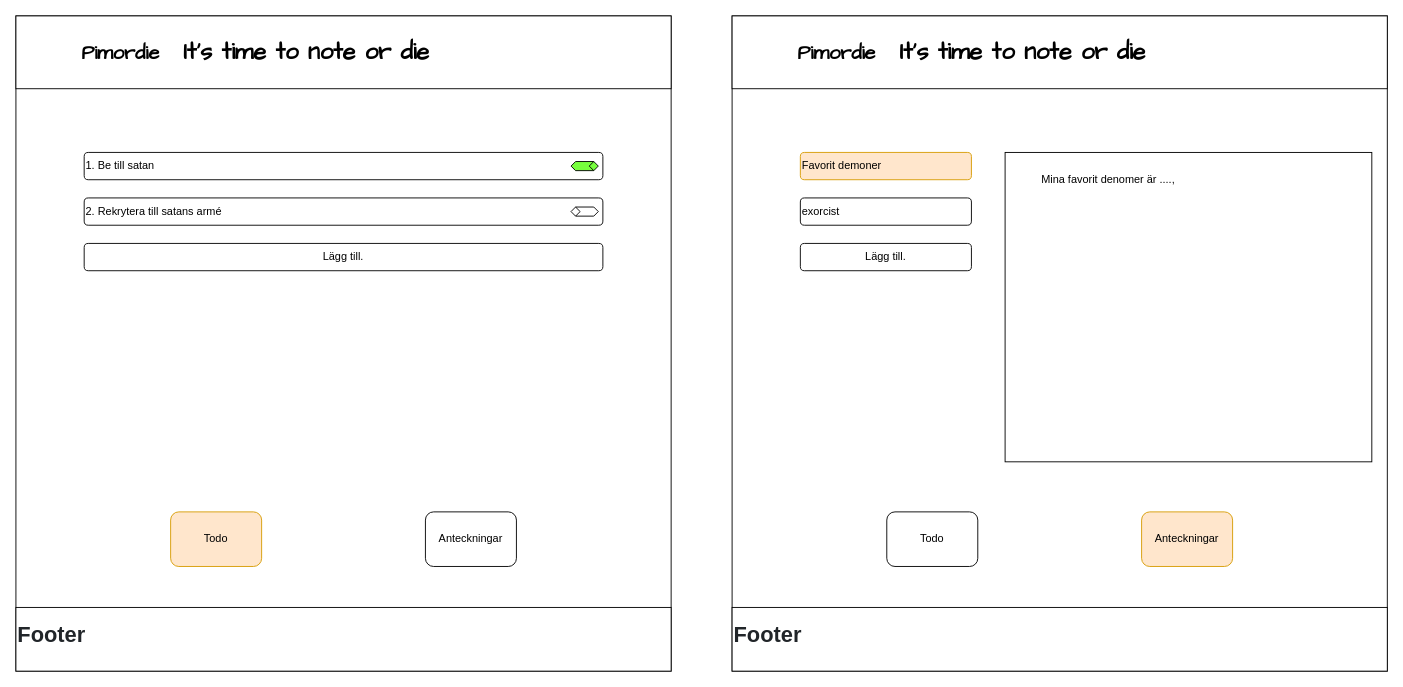
The draw.io diagram Doc/Pimordie.drawio in dreamc4t/PimordieProject, before the edit. Source tidied: cells renumbered, new cells numbered last; positions are measured from the earlier drawing's top-left corner, leaving out a move shared by most shapes. Both pictures are drawn from the tidied source at 91%, with x=0, y=0 at pixel (15, 15).
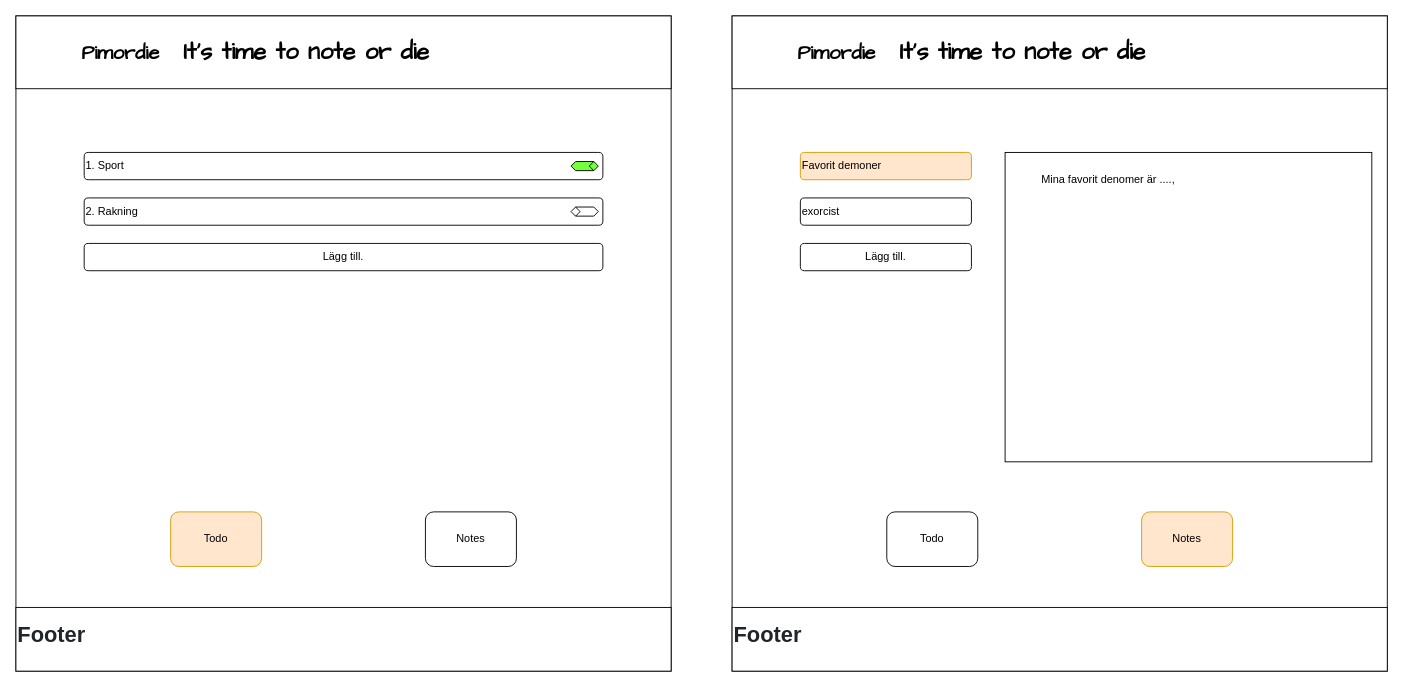
After the change.

Change to the diagram source:
```diff
@@
-    <mxCell id="4" value="Anteckningar" style="rounded=1;whiteSpace=wrap;html=1;" parent="1" vertex="1">
+    <mxCell id="4" value="Notes" style="rounded=1;whiteSpace=wrap;html=1;" parent="1" vertex="1">
       <mxGeometry x="450" y="545" width="100" height="60" as="geometry" />
     </mxCell>
@@
-    <mxCell id="7" value="1. Be till satan&amp;nbsp;" style="rounded=1;whiteSpace=wrap;html=1;align=left;" parent="1" vertex="1">
+    <mxCell id="7" value="1. Sport" style="rounded=1;whiteSpace=wrap;html=1;align=left;" parent="1" vertex="1">
       <mxGeometry x="75" y="150" width="570" height="30" as="geometry" />
     </mxCell>
-    <mxCell id="8" value="2. Rekrytera till satans armé" style="rounded=1;whiteSpace=wrap;html=1;align=left;" parent="1" vertex="1">
+    <mxCell id="8" value="2. Rakning" style="rounded=1;whiteSpace=wrap;html=1;align=left;" parent="1" vertex="1">
       <mxGeometry x="75" y="200" width="570" height="30" as="geometry" />
     </mxCell>
@@
-    <mxCell id="14" value="Anteckningar" style="rounded=1;whiteSpace=wrap;html=1;fillColor=#ffe6cc;strokeColor=#d79b00;" parent="1" vertex="1">
+    <mxCell id="14" value="Notes" style="rounded=1;whiteSpace=wrap;html=1;fillColor=#ffe6cc;strokeColor=#d79b00;" parent="1" vertex="1">
       <mxGeometry x="1237" y="545" width="100" height="60" as="geometry" />
     </mxCell>
```
